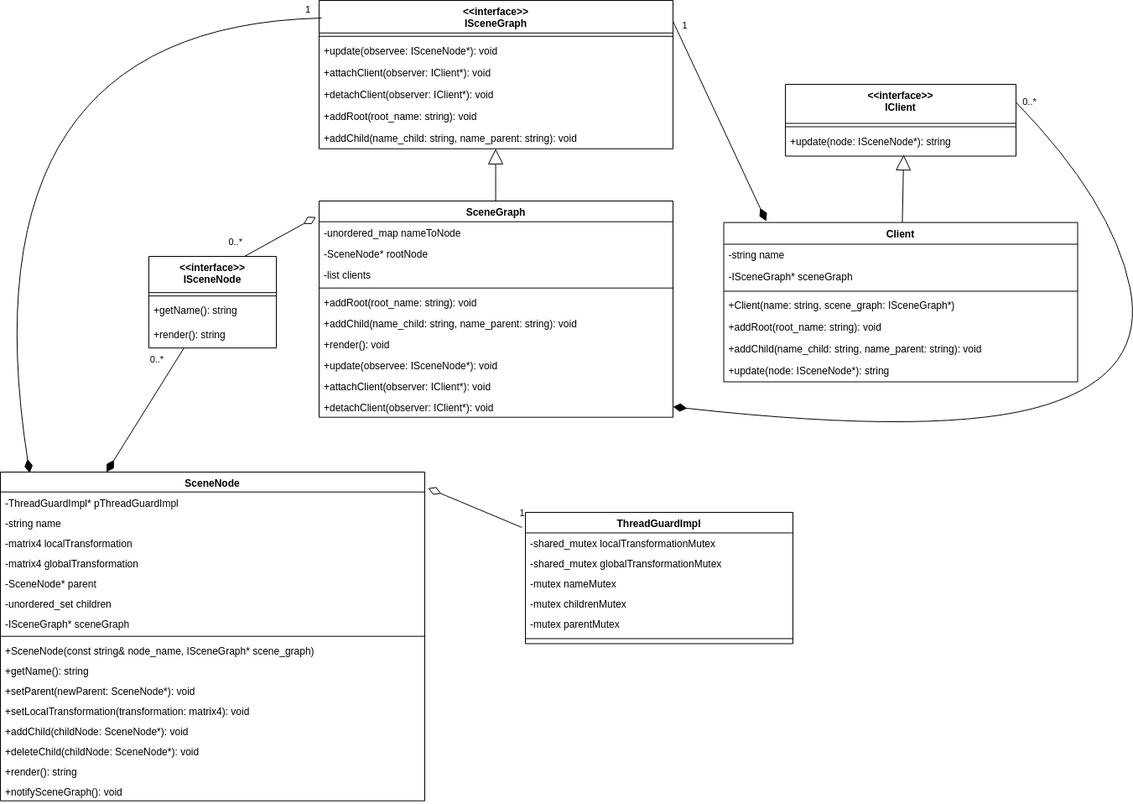
omarekik/SceneGraph keeps this draw.io diagram as diagrams/class diagram.drawio.png. Above is the earlier version. Source tidied: cells renumbered, new cells last; positions are measured from the earlier drawing's top-left corner, leaving out a move shared by most shapes.
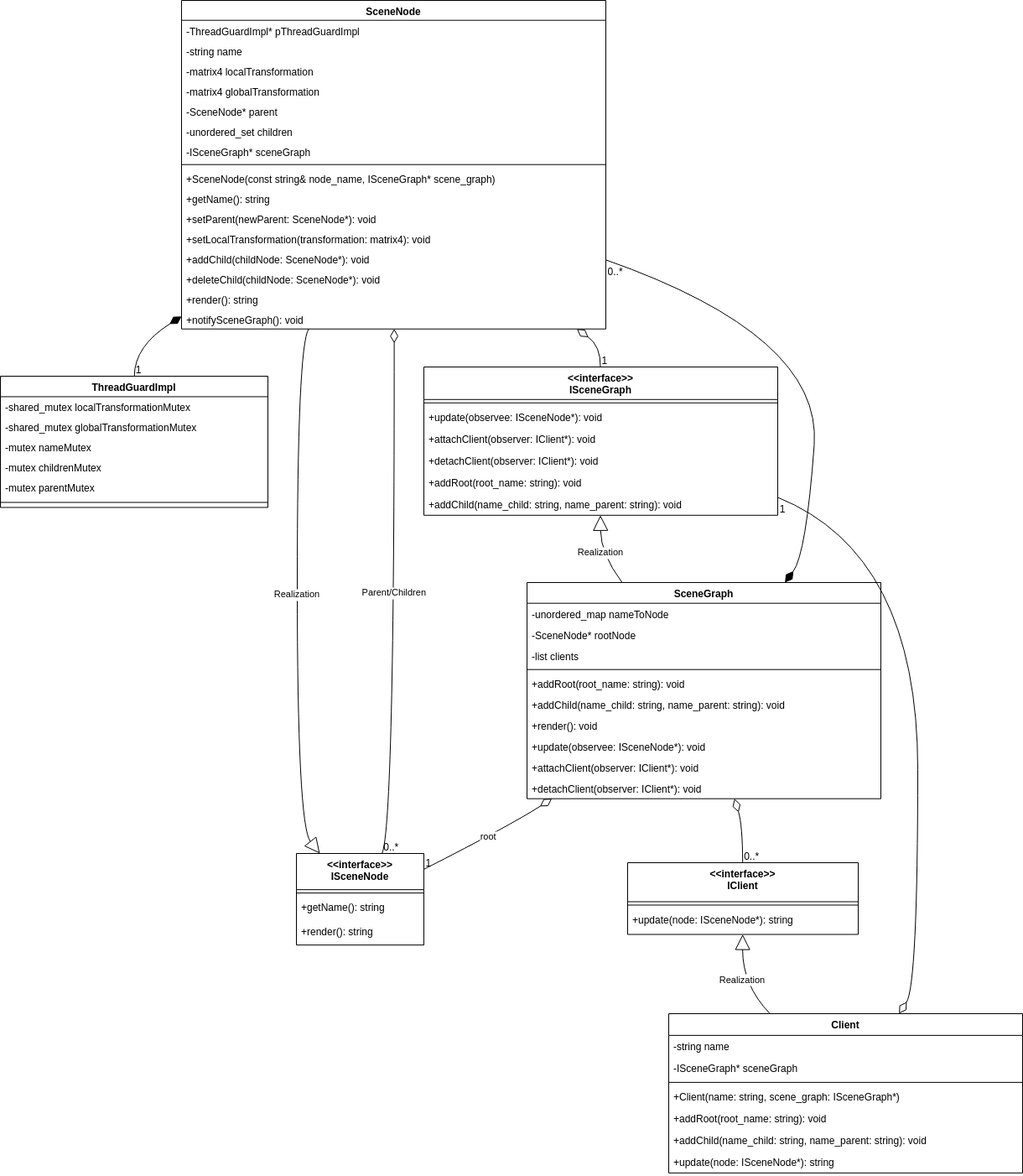
Later version of the same file.

Commit message:
fixed move ctor of SceneNode is defaulted in source file and update of class diagram

Diff of the diagram source:
```diff
@@ -3,7 +3,7 @@
     <mxCell id="0" />
     <mxCell id="1" parent="0" />
     <mxCell id="2" value="&lt;&lt;interface&gt;&gt;&#10;ISceneNode" style="swimlane;fontStyle=1;align=center;verticalAlign=top;horizontal=1;startSize=43.125;" parent="1" vertex="1">
-      <mxGeometry x="225" y="305" width="152" height="109.1" as="geometry" />
+      <mxGeometry x="427" y="1117" width="152" height="109.1" as="geometry" />
     </mxCell>
     <mxCell id="3" style="line;strokeWidth=1;fillColor=none;align=left;verticalAlign=middle;spacingTop=-1;spacingLeft=3;spacingRight=3;labelPosition=right;strokeColor=inherit;" parent="2" vertex="1">
       <mxGeometry y="43.1" width="152" height="8" as="geometry" />
@@ -15,7 +15,7 @@
       <mxGeometry y="80.1" width="152" height="29" as="geometry" />
     </mxCell>
     <mxCell id="6" value="SceneNode" style="swimlane;fontStyle=1;align=center;verticalAlign=top;horizontal=1;startSize=23.6875;" parent="1" vertex="1">
-      <mxGeometry x="48" y="562" width="506" height="391.7" as="geometry" />
+      <mxGeometry x="290" y="100" width="506" height="391.7" as="geometry" />
     </mxCell>
     <mxCell id="7" value="-ThreadGuardImpl* pThreadGuardImpl" style="text;strokeColor=none;fillColor=none;align=left;verticalAlign=top;spacingLeft=4;spacingRight=4;overflow=hidden;" parent="6" vertex="1">
       <mxGeometry y="23.7" width="506" height="24" as="geometry" />
@@ -66,7 +66,7 @@
       <mxGeometry y="367.7" width="506" height="24" as="geometry" />
     </mxCell>
     <mxCell id="23" value="ThreadGuardImpl" style="swimlane;fontStyle=1;align=center;verticalAlign=top;horizontal=1;startSize=24.46153846153846;" parent="1" vertex="1">
-      <mxGeometry x="674" y="610" width="319" height="156.5" as="geometry" />
+      <mxGeometry x="74" y="548" width="319" height="156.5" as="geometry" />
     </mxCell>
     <mxCell id="24" value="-shared_mutex localTransformationMutex" style="text;strokeColor=none;fillColor=none;align=left;verticalAlign=top;spacingLeft=4;spacingRight=4;overflow=hidden;" parent="23" vertex="1">
       <mxGeometry y="24.5" width="319" height="24" as="geometry" />
@@ -87,7 +87,7 @@
       <mxGeometry y="144.5" width="319" height="12" as="geometry" />
     </mxCell>
     <mxCell id="30" value="&lt;&lt;interface&gt;&gt;&#10;ISceneGraph" style="swimlane;fontStyle=1;align=center;verticalAlign=top;horizontal=1;startSize=38.785714285714285;" parent="1" vertex="1">
-      <mxGeometry x="428" width="422" height="176.8" as="geometry" />
+      <mxGeometry x="579" y="537" width="422" height="176.8" as="geometry" />
     </mxCell>
     <mxCell id="31" style="line;strokeWidth=1;fillColor=none;align=left;verticalAlign=middle;spacingTop=-1;spacingLeft=3;spacingRight=3;labelPosition=right;strokeColor=inherit;" parent="30" vertex="1">
       <mxGeometry y="38.8" width="422" height="8" as="geometry" />
@@ -108,7 +108,7 @@
       <mxGeometry y="150.8" width="422" height="26" as="geometry" />
     </mxCell>
     <mxCell id="37" value="SceneGraph" style="swimlane;fontStyle=1;align=center;verticalAlign=top;horizontal=1;startSize=24.7;" parent="1" vertex="1">
-      <mxGeometry x="428" y="239" width="422" height="257.7" as="geometry" />
+      <mxGeometry x="702" y="794" width="422" height="257.7" as="geometry" />
     </mxCell>
     <mxCell id="38" value="-unordered_map nameToNode" style="text;strokeColor=none;fillColor=none;align=left;verticalAlign=top;spacingLeft=4;spacingRight=4;overflow=hidden;" parent="37" vertex="1">
       <mxGeometry y="24.7" width="422" height="25" as="geometry" />
@@ -141,7 +141,7 @@
       <mxGeometry y="232.7" width="422" height="25" as="geometry" />
     </mxCell>
     <mxCell id="48" value="&lt;&lt;interface&gt;&gt;&#10;IClient" style="swimlane;fontStyle=1;align=center;verticalAlign=top;horizontal=1;startSize=46.5;" parent="1" vertex="1">
-      <mxGeometry x="984" y="100" width="275" height="85.5" as="geometry" />
+      <mxGeometry x="822" y="1128" width="275" height="85.5" as="geometry" />
     </mxCell>
     <mxCell id="49" style="line;strokeWidth=1;fillColor=none;align=left;verticalAlign=middle;spacingTop=-1;spacingLeft=3;spacingRight=3;labelPosition=right;strokeColor=inherit;" parent="48" vertex="1">
       <mxGeometry y="46.5" width="275" height="8" as="geometry" />
@@ -150,7 +150,7 @@
       <mxGeometry y="54.5" width="275" height="31" as="geometry" />
     </mxCell>
     <mxCell id="51" value="Client" style="swimlane;fontStyle=1;align=center;verticalAlign=top;horizontal=1;startSize=25.857142857142858;" parent="1" vertex="1">
-      <mxGeometry x="910.5" y="264.6" width="422" height="189.9" as="geometry" />
+      <mxGeometry x="871" y="1308" width="422" height="189.9" as="geometry" />
     </mxCell>
     <mxCell id="52" value="-string name" style="text;strokeColor=none;fillColor=none;align=left;verticalAlign=top;spacingLeft=4;spacingRight=4;overflow=hidden;" parent="51" vertex="1">
       <mxGeometry y="25.9" width="422" height="26" as="geometry" />
@@ -173,49 +173,99 @@
     <mxCell id="58" value="+update(node: ISceneNode*): string" style="text;strokeColor=none;fillColor=none;align=left;verticalAlign=top;spacingLeft=4;spacingRight=4;overflow=hidden;" parent="51" vertex="1">
       <mxGeometry y="163.9" width="422" height="26" as="geometry" />
     </mxCell>
-    <mxCell id="59" style="curved=1;startArrow=none;startSize=16;startFill=0;endArrow=diamondThin;exitX=1;exitY=0.25;entryX=1;entryY=0.5;rounded=0;exitDx=0;exitDy=0;entryDx=0;entryDy=0;endFill=1;endSize=14;" parent="1" edge="1" source="48" target="47">
-      <mxGeometry relative="1" as="geometry">
-        <Array as="points">
-          <mxPoint x="1374" y="240" />
-          <mxPoint x="1415.7" y="443.9" />
-          <mxPoint x="1174" y="520" />
-        </Array>
-      </mxGeometry>
-    </mxCell>
-    <mxCell id="60" value="0..*" style="edgeLabel;html=1;align=center;verticalAlign=middle;" parent="59" vertex="1">
-      <mxGeometry x="0.07" y="5" relative="1" as="geometry">
-        <mxPoint x="-15" y="-369" as="offset" />
-      </mxGeometry>
-    </mxCell>
+    <mxCell id="69" value="Realization" style="curved=1;startArrow=none;endArrow=block;endSize=16;endFill=0;exitX=0.2996327395057931;exitY=1;entryX=0.18392689532240294;entryY=0;rounded=0;" parent="1" edge="1" source="6" target="2">
+      <mxGeometry relative="1" as="geometry">
+        <Array as="points">
+          <mxPoint x="428" y="512" />
+          <mxPoint x="428" y="1083" />
+        </Array>
+      </mxGeometry>
+    </mxCell>
-    <mxCell id="61" style="curved=1;startArrow=diamondThin;startSize=14;startFill=0;endArrow=none;endSize=12;entryX=-0.013;entryY=0.115;rounded=0;exitX=1.008;exitY=0.049;exitDx=0;exitDy=0;exitPerimeter=0;entryDx=0;entryDy=0;entryPerimeter=0;endFill=0;" parent="1" edge="1" source="6" target="23">
-      <mxGeometry relative="1" as="geometry" />
+    <mxCell id="61" style="curved=1;startArrow=diamondThin;startSize=14;startFill=1;endArrow=none;exitX=0.0007719861660079051;exitY=0.9613446073397;entryX=0.500685736677116;entryY=0;rounded=0;" parent="1" edge="1" source="6" target="23">
+      <mxGeometry relative="1" as="geometry">
+        <Array as="points">
+          <mxPoint x="234" y="512" />
+        </Array>
+      </mxGeometry>
     </mxCell>
-    <mxCell id="62" value="1" style="edgeLabel;html=1;align=center;verticalAlign=middle;" parent="61" vertex="1">
-      <mxGeometry x="0.32" y="3" relative="1" as="geometry">
-        <mxPoint x="36" y="1" as="offset" />
-      </mxGeometry>
-    </mxCell>
+    <mxCell id="70" value="1" style="edgeLabel;labelBackgroundColor=none;fontSize=12;align=left;verticalAlign=bottom;" parent="61" vertex="1">
+      <mxGeometry x="1" relative="1" as="geometry" />
+    </mxCell>
+    <mxCell id="71" value="Parent/Children" style="curved=1;startArrow=diamondThin;startSize=14;startFill=0;endArrow=none;exitX=0.5011888586956522;exitY=1;entryX=0.6718429771459079;entryY=0;rounded=0;" parent="1" edge="1" source="6" target="2">
+      <mxGeometry relative="1" as="geometry">
+        <Array as="points">
+          <mxPoint x="544" y="1083" />
+        </Array>
+      </mxGeometry>
+    </mxCell>
+    <mxCell id="72" value="0..*" style="edgeLabel;labelBackgroundColor=none;fontSize=12;align=left;verticalAlign=bottom;" parent="71" vertex="1">
+      <mxGeometry x="1" relative="1" as="geometry" />
+    </mxCell>
+    <mxCell id="68" style="curved=1;startArrow=diamondThin;startSize=14;startFill=0;endArrow=none;exitX=0.9316269165042376;exitY=1;entryX=0.4989169875592417;entryY=0;rounded=0;" parent="1" edge="1" source="6" target="30">
+      <mxGeometry relative="1" as="geometry">
+        <Array as="points">
+          <mxPoint x="790" y="512" />
+        </Array>
+      </mxGeometry>
+    </mxCell>
+    <mxCell id="73" value="1" style="edgeLabel;labelBackgroundColor=none;fontSize=12;align=left;verticalAlign=bottom;" parent="68" vertex="1">
+      <mxGeometry x="1" relative="1" as="geometry" />
+    </mxCell>
-    <mxCell id="63" style="curved=1;startArrow=block;startSize=16;startFill=0;endArrow=none;exitX=0.4989493853672986;exitY=1;entryX=0.4989493853672986;entryY=0;rounded=0;" parent="1" edge="1" source="30" target="37">
-      <mxGeometry relative="1" as="geometry" />
+    <mxCell id="63" value="Realization" style="curved=1;startArrow=block;startSize=16;startFill=0;endArrow=none;exitX=0.4989169875592417;exitY=1;entryX=0.2687951133387379;entryY=0;rounded=0;" parent="1" edge="1" source="30" target="37">
+      <mxGeometry relative="1" as="geometry">
+        <Array as="points">
+          <mxPoint x="790" y="760" />
+        </Array>
+      </mxGeometry>
     </mxCell>
-    <mxCell id="64" style="startArrow=block;startSize=16;startFill=0;endArrow=none;rounded=0;exitX=0.513;exitY=0.952;exitDx=0;exitDy=0;exitPerimeter=0;" parent="1" edge="1" source="50" target="51">
-      <mxGeometry relative="1" as="geometry" />
-    </mxCell>
+    <mxCell id="74" style="curved=1;startArrow=diamondThin;startSize=14;startFill=1;endArrow=none;exitX=0.7289000140309303;exitY=0;entryX=1.0016057312252964;entryY=0.7906439518134908;rounded=0;" parent="1" edge="1" source="37" target="6">
+      <mxGeometry relative="1" as="geometry">
+        <Array as="points">
+          <mxPoint x="1035" y="760" />
+          <mxPoint x="1054" y="500" />
+        </Array>
+      </mxGeometry>
+    </mxCell>
+    <mxCell id="75" value="0..*" style="edgeLabel;labelBackgroundColor=none;fontSize=12;align=left;verticalAlign=top;" parent="74" vertex="1">
+      <mxGeometry x="1" relative="1" as="geometry" />
+    </mxCell>
-    <mxCell id="65" value="0..*" style="startArrow=diamondThin;startSize=14;startFill=0;endArrow=none;exitX=-0.009;exitY=0.074;entryX=0.75;entryY=0;rounded=0;exitDx=0;exitDy=0;exitPerimeter=0;entryDx=0;entryDy=0;" parent="1" edge="1" source="37" target="2">
-      <mxGeometry x="1" y="-20" relative="1" as="geometry" />
+    <mxCell id="65" value="root" style="curved=1;startArrow=diamondThin;startSize=14;startFill=0;endArrow=none;exitX=0.07037071861748569;exitY=1;entryX=1.000770970394737;entryY=0.17235753888860936;rounded=0;" parent="1" edge="1" source="37" target="2">
+      <mxGeometry relative="1" as="geometry">
+        <Array as="points">
+          <mxPoint x="683" y="1083" />
+        </Array>
+      </mxGeometry>
     </mxCell>
+    <mxCell id="76" value="1" style="edgeLabel;labelBackgroundColor=none;fontSize=12;align=left;verticalAlign=bottom;" parent="65" vertex="1">
+      <mxGeometry x="1" relative="1" as="geometry" />
+    </mxCell>
+    <mxCell id="77" style="curved=1;startArrow=diamondThin;startSize=14;startFill=0;endArrow=none;exitX=0.5861718360251933;exitY=1;entryX=0.49887784090909093;entryY=0;rounded=0;" parent="1" edge="1" source="37" target="48">
+      <mxGeometry relative="1" as="geometry">
+        <Array as="points">
+          <mxPoint x="959" y="1083" />
+        </Array>
+      </mxGeometry>
+    </mxCell>
+    <mxCell id="78" value="0..*" style="edgeLabel;labelBackgroundColor=none;fontSize=12;align=left;verticalAlign=bottom;" parent="77" vertex="1">
+      <mxGeometry x="1" relative="1" as="geometry" />
+    </mxCell>
+    <mxCell id="79" value="Realization" style="curved=1;startArrow=block;startSize=16;startFill=0;endArrow=none;exitX=0.49887784090909093;exitY=1;entryX=0.28608625978525465;entryY=0;rounded=0;" parent="1" edge="1" source="48" target="51">
+      <mxGeometry relative="1" as="geometry">
+        <Array as="points">
+          <mxPoint x="959" y="1274" />
+        </Array>
+      </mxGeometry>
+    </mxCell>
-    <mxCell id="66" value="1" style="startArrow=diamondThin;startFill=1;endArrow=none;exitX=0.12;exitY=-0.009;rounded=0;endFill=0;exitDx=0;exitDy=0;exitPerimeter=0;endSize=14;startSize=14;entryX=1;entryY=0.141;entryDx=0;entryDy=0;entryPerimeter=0;" parent="1" edge="1" source="51" target="30">
-      <mxGeometry x="0.92" y="-11" relative="1" as="geometry" />
+    <mxCell id="66" style="curved=1;startArrow=diamondThin;startSize=14;startFill=0;endArrow=none;exitX=0.6507646855175929;exitY=0;entryX=0.9987781398104265;entryY=0.878498947010774;rounded=0;" parent="1" edge="1" source="51" target="30">
+      <mxGeometry relative="1" as="geometry">
+        <Array as="points">
+          <mxPoint x="1168" y="1274" />
+          <mxPoint x="1168" y="760" />
+        </Array>
+      </mxGeometry>
     </mxCell>
-    <mxCell id="67" value="0..*" style="startArrow=diamondThin;startFill=1;endArrow=none;exitX=0.25;exitY=0;rounded=0;endFill=0;exitDx=0;exitDy=0;endSize=14;startSize=14;" parent="1" edge="1" source="6" target="2">
-      <mxGeometry x="0.67" y="20" relative="1" as="geometry" />
-    </mxCell>
-    <mxCell id="68" value="1" style="curved=1;startArrow=diamondThin;startSize=14;startFill=1;endArrow=none;exitX=0.069;exitY=0.003;entryX=0.007;entryY=0.119;rounded=0;entryDx=0;entryDy=0;entryPerimeter=0;exitDx=0;exitDy=0;exitPerimeter=0;" parent="1" edge="1" source="6" target="30">
-      <mxGeometry x="0.97" y="11" relative="1" as="geometry">
-        <Array as="points">
-          <mxPoint y="31" />
-        </Array>
-      </mxGeometry>
-    </mxCell>
+    <mxCell id="80" value="1" style="edgeLabel;labelBackgroundColor=none;fontSize=12;align=left;verticalAlign=top;" parent="66" vertex="1">
+      <mxGeometry x="1" relative="1" as="geometry" />
+    </mxCell>
   </root>
 </mxGraphModel>
```
